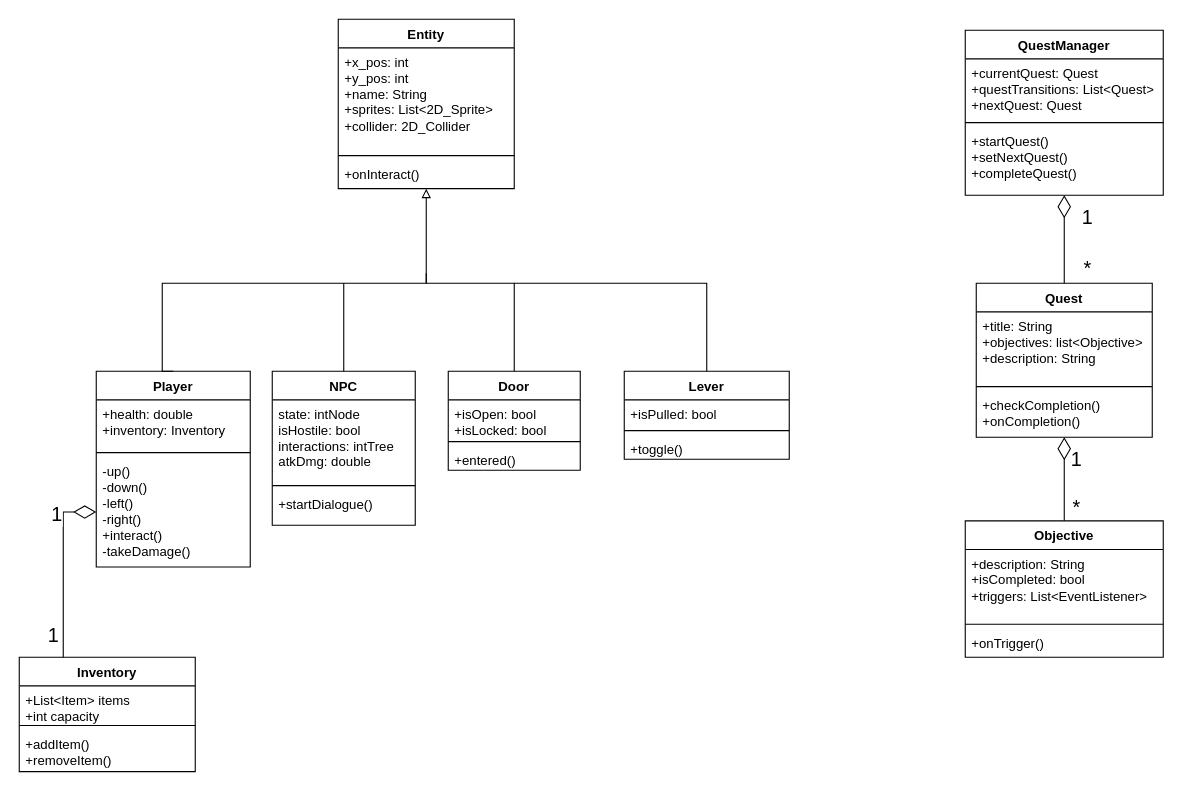
Earlier version of the draw.io diagram deliverables/UML_Class_D3.drawio (NoomMiner/Echoes-of-Time). Source tidied: cells renumbered, new cells numbered last; positions are measured from the earlier drawing's top-left corner, leaving out a move shared by most shapes. Both pictures are drawn from the tidied source at 110%, with x=0, y=0 at pixel (19, 19).
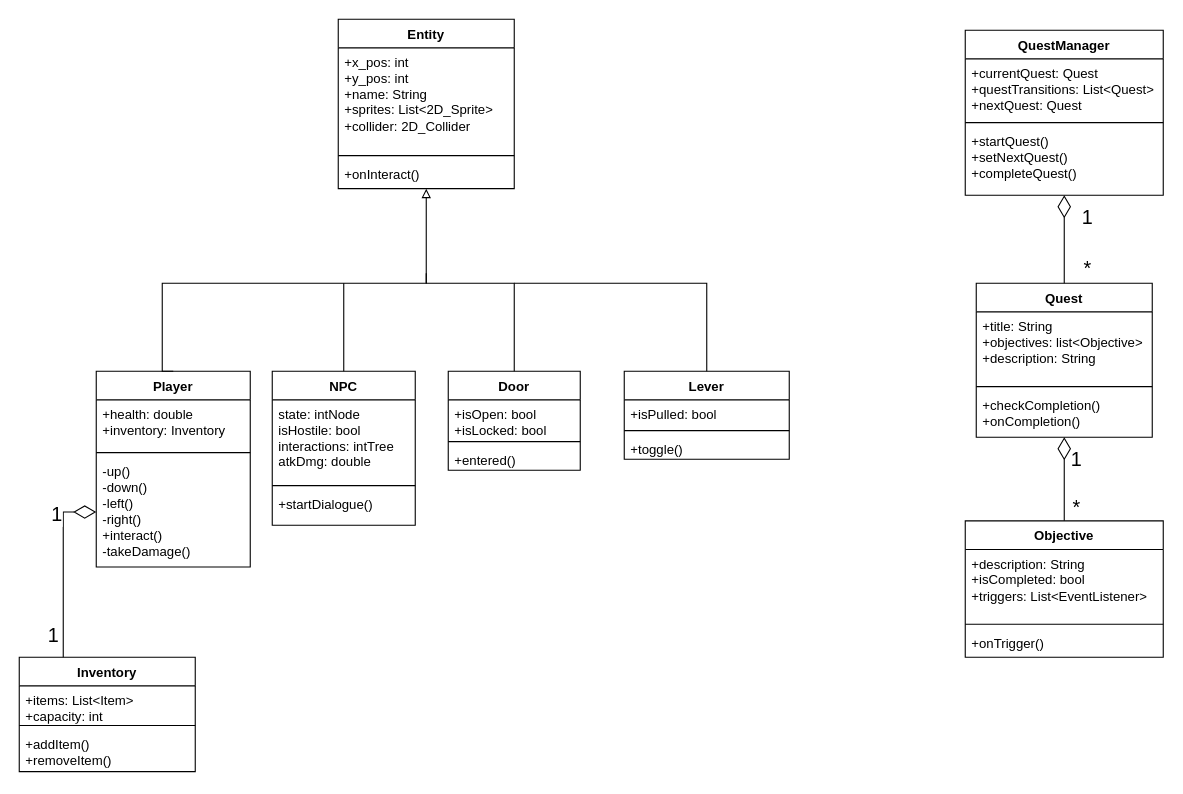
The same diagram, later.

Commit message:
Updated format of Inventory

The change refers to these unchanged cells:
```xml
<mxCell id="44" value="Inventory" style="swimlane;fontStyle=1;align=center;verticalAlign=top;horizontal=1;startSize=26;whiteSpace=wrap;html=1;" parent="1" vertex="1">
  <mxGeometry y="580" width="160" height="104" as="geometry" />
</mxCell>
```

What changed in the source:
```diff
@@
-    <mxCell id="45" value="+List&amp;lt;Item&amp;gt; items&lt;div&gt;+int capacity&lt;/div&gt;" style="text;strokeColor=none;fillColor=none;align=left;verticalAlign=top;spacingLeft=4;spacingRight=4;overflow=hidden;whiteSpace=wrap;html=1;" parent="44" vertex="1">
+    <mxCell id="45" value="+items: List&amp;lt;Item&amp;gt;&lt;div&gt;+capacity: int&lt;/div&gt;" style="text;strokeColor=none;fillColor=none;align=left;verticalAlign=top;spacingLeft=4;spacingRight=4;overflow=hidden;whiteSpace=wrap;html=1;" parent="44" vertex="1">
       <mxGeometry y="26" width="160" height="32" as="geometry" />
     </mxCell>
```
